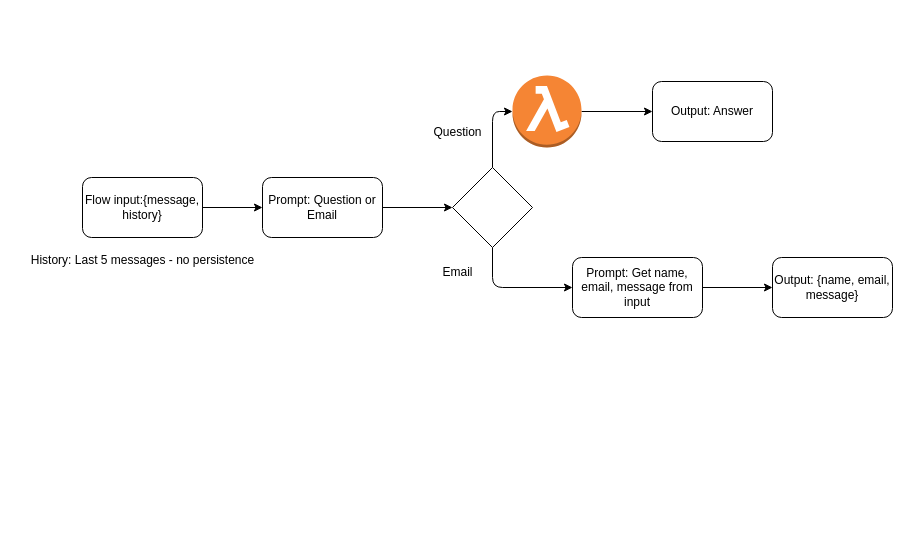
Earlier version of the draw.io diagram data/agent_architecture.drawio (mrobert3456/portfolioapp). Source tidied: cells renumbered, new cells numbered last; positions are measured from the earlier drawing's top-left corner, leaving out a move shared by most shapes. Both pictures are drawn from the tidied source at 100%, with x=0, y=0 at pixel (17, 75).
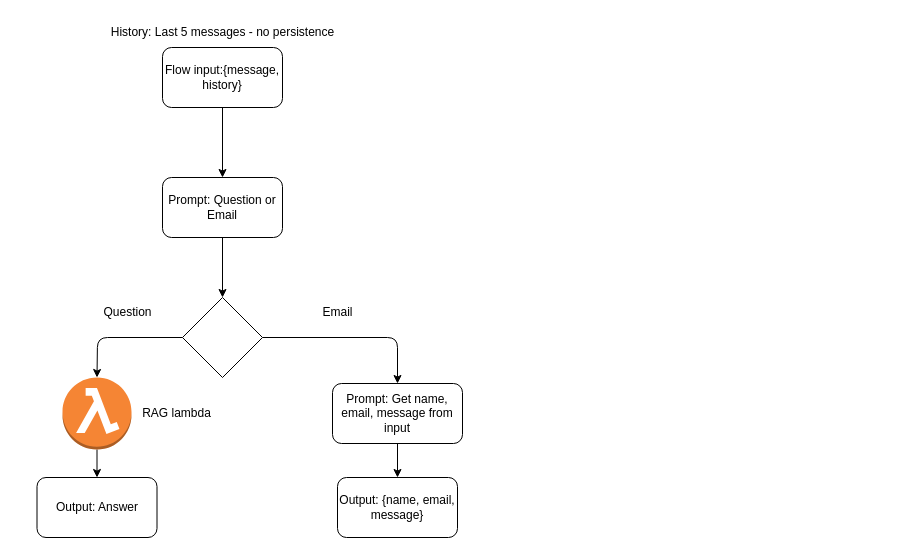
Above is the later version.

The edit, as a diff of the source:
```diff
@@
-    <mxCell id="2" style="edgeStyle=none;html=1;exitX=1;exitY=0.5;exitDx=0;exitDy=0;entryX=0;entryY=0.5;entryDx=0;entryDy=0;" parent="1" edge="1" source="3" target="5">
+    <mxCell id="2" style="edgeStyle=none;html=1;exitX=0.5;exitY=1;exitDx=0;exitDy=0;entryX=0.5;entryY=0;entryDx=0;entryDy=0;" parent="1" edge="1" source="3" target="5">
       <mxGeometry relative="1" as="geometry" />
     </mxCell>
     <mxCell id="3" value="Flow input:{message, history}" style="rounded=1;whiteSpace=wrap;html=1;" parent="1" vertex="1">
-      <mxGeometry x="65" y="102" width="120" height="60" as="geometry" />
+      <mxGeometry x="145" y="-28" width="120" height="60" as="geometry" />
     </mxCell>
-    <mxCell id="4" style="edgeStyle=none;html=1;exitX=1;exitY=0.5;exitDx=0;exitDy=0;entryX=0;entryY=0.5;entryDx=0;entryDy=0;" parent="1" edge="1" source="5" target="11">
+    <mxCell id="4" style="edgeStyle=none;html=1;exitX=0.5;exitY=1;exitDx=0;exitDy=0;" parent="1" edge="1" source="5" target="11">
       <mxGeometry relative="1" as="geometry" />
     </mxCell>
     <mxCell id="5" value="Prompt: Question or Email" style="rounded=1;whiteSpace=wrap;html=1;" parent="1" vertex="1">
-      <mxGeometry x="245" y="102" width="120" height="60" as="geometry" />
+      <mxGeometry x="145" y="102" width="120" height="60" as="geometry" />
     </mxCell>
     <mxCell id="6" value="Output: {name, email, message}" style="rounded=1;whiteSpace=wrap;html=1;" parent="1" vertex="1">
-      <mxGeometry x="755" y="182" width="120" height="60" as="geometry" />
+      <mxGeometry x="320" y="402" width="120" height="60" as="geometry" />
     </mxCell>
-    <mxCell id="7" value="Output: Answer" style="rounded=1;whiteSpace=wrap;html=1;" parent="1" vertex="1">
-      <mxGeometry x="635" y="6" width="120" height="60" as="geometry" />
-    </mxCell>
-    <mxCell id="8" style="edgeStyle=none;html=1;exitX=1;exitY=0.5;exitDx=0;exitDy=0;exitPerimeter=0;entryX=0;entryY=0.5;entryDx=0;entryDy=0;" parent="1" edge="1" source="9" target="7">
+    <mxCell id="8" style="edgeStyle=none;html=1;exitX=0.5;exitY=1;exitDx=0;exitDy=0;exitPerimeter=0;entryX=0.5;entryY=0;entryDx=0;entryDy=0;" parent="1" edge="1" source="9" target="7">
       <mxGeometry relative="1" as="geometry" />
     </mxCell>
     <mxCell id="9" style="outlineConnect=0;dashed=0;verticalLabelPosition=bottom;verticalAlign=top;align=center;html=1;shape=mxgraph.aws3.lambda_function;fillColor=#F58534;gradientColor=none;" parent="1" vertex="1">
-      <mxGeometry x="495" width="69" height="72" as="geometry" />
+      <mxGeometry x="45" y="302" width="69" height="72" as="geometry" />
     </mxCell>
-    <mxCell id="10" style="edgeStyle=none;html=1;exitX=0.5;exitY=1;exitDx=0;exitDy=0;entryX=0;entryY=0.5;entryDx=0;entryDy=0;" parent="1" edge="1" source="11" target="16">
+    <mxCell id="10" style="edgeStyle=none;html=1;exitX=1;exitY=0.5;exitDx=0;exitDy=0;entryX=0.5;entryY=0;entryDx=0;entryDy=0;" parent="1" edge="1" source="11" target="16">
       <mxGeometry relative="1" as="geometry">
         <Array as="points">
-          <mxPoint x="475" y="212" />
+          <mxPoint x="380" y="262" />
         </Array>
       </mxGeometry>
     </mxCell>
     <mxCell id="11" style="rhombus;whiteSpace=wrap;html=1;" parent="1" vertex="1">
-      <mxGeometry x="435" y="92" width="80" height="80" as="geometry" />
+      <mxGeometry x="165" y="222" width="80" height="80" as="geometry" />
     </mxCell>
-    <mxCell id="12" style="edgeStyle=none;html=1;exitX=0.5;exitY=0;exitDx=0;exitDy=0;entryX=0;entryY=0.5;entryDx=0;entryDy=0;entryPerimeter=0;" parent="1" edge="1" source="11" target="9">
-      <mxGeometry relative="1" as="geometry">
-        <Array as="points">
-          <mxPoint x="475" y="36" />
-        </Array>
-      </mxGeometry>
-    </mxCell>
     <mxCell id="13" value="Question" style="text;html=1;align=center;verticalAlign=middle;strokeColor=none;fillColor=none;" parent="1" vertex="1">
-      <mxGeometry x="405" y="42" width="70" height="30" as="geometry" />
+      <mxGeometry x="75" y="222" width="70" height="30" as="geometry" />
     </mxCell>
     <mxCell id="14" value="Email" style="text;html=1;align=center;verticalAlign=middle;strokeColor=none;fillColor=none;" parent="1" vertex="1">
-      <mxGeometry x="415" y="182" width="50" height="30" as="geometry" />
+      <mxGeometry x="295" y="222" width="50" height="30" as="geometry" />
     </mxCell>
-    <mxCell id="15" style="edgeStyle=none;html=1;exitX=1;exitY=0.5;exitDx=0;exitDy=0;entryX=0;entryY=0.5;entryDx=0;entryDy=0;" parent="1" edge="1" source="16" target="6">
+    <mxCell id="15" style="edgeStyle=none;html=1;exitX=0.5;exitY=1;exitDx=0;exitDy=0;entryX=0.5;entryY=0;entryDx=0;entryDy=0;" parent="1" edge="1" source="16" target="6">
       <mxGeometry relative="1" as="geometry" />
     </mxCell>
     <mxCell id="16" value="Prompt: Get name, email, message from input" style="rounded=1;whiteSpace=wrap;html=1;" parent="1" vertex="1">
-      <mxGeometry x="555" y="182" width="130" height="60" as="geometry" />
+      <mxGeometry x="315" y="308" width="130" height="60" as="geometry" />
     </mxCell>
     <mxCell id="17" value="History: Last 5 messages - no persistence" style="text;html=1;align=center;verticalAlign=middle;strokeColor=none;fillColor=none;" parent="1" vertex="1">
-      <mxGeometry y="170" width="250" height="30" as="geometry" />
+      <mxGeometry x="80" y="-58" width="250" height="30" as="geometry" />
     </mxCell>
+    <mxCell id="18" value="RAG lambda" style="text;html=1;align=center;verticalAlign=middle;strokeColor=none;fillColor=none;" parent="1" vertex="1">
+      <mxGeometry x="114" y="323" width="90" height="30" as="geometry" />
+    </mxCell>
+    <mxCell id="12" style="edgeStyle=none;html=1;exitX=0;exitY=0.5;exitDx=0;exitDy=0;entryX=0.5;entryY=0;entryDx=0;entryDy=0;entryPerimeter=0;" parent="1" edge="1" source="11" target="9">
+      <mxGeometry relative="1" as="geometry">
+        <Array as="points">
+          <mxPoint x="80" y="262" />
+        </Array>
+      </mxGeometry>
+    </mxCell>
+    <mxCell id="7" value="Output: Answer" style="rounded=1;whiteSpace=wrap;html=1;" parent="1" vertex="1">
+      <mxGeometry x="19.5" y="402" width="120" height="60" as="geometry" />
+    </mxCell>
```
